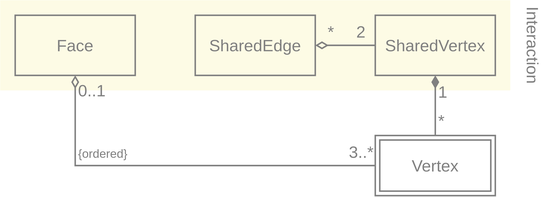
This is wiki/MetaMeshGraph.svg from YoanWithY/kayo, a draw.io export, as it was before one commit. Source tidied: cells renumbered, new cells last; positions are measured from the earlier drawing's top-left corner, leaving out a move shared by most shapes.
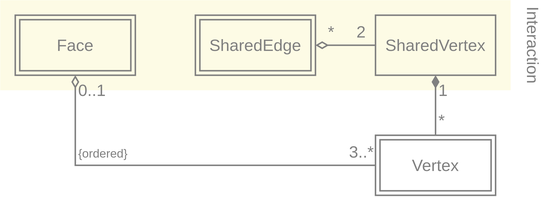
The same diagram one commit later.

Diff of the diagram source:
```diff
@@ -76,5 +76,11 @@
     <mxCell id="18" style="rounded=0;whiteSpace=wrap;html=1;fillColor=none;strokeColor=#808080;fontColor=#808080;fontFamily=Helvetica;fontSize=11;perimeterSpacing=0;glass=0;" parent="1" vertex="1">
       <mxGeometry x="253" y="93" width="74" height="34" as="geometry" />
     </mxCell>
+    <mxCell id="19" style="rounded=0;whiteSpace=wrap;html=1;fillColor=none;strokeColor=#808080;fontColor=#808080;fontFamily=Helvetica;fontSize=11;perimeterSpacing=0;glass=0;" parent="1" vertex="1">
+      <mxGeometry x="13" y="13" width="74" height="34" as="geometry" />
+    </mxCell>
+    <mxCell id="20" style="rounded=0;whiteSpace=wrap;html=1;fillColor=none;strokeColor=#808080;fontColor=#808080;fontFamily=Helvetica;fontSize=11;perimeterSpacing=0;glass=0;" parent="1" vertex="1">
+      <mxGeometry x="133" y="13" width="74" height="34" as="geometry" />
+    </mxCell>
   </root>
 </mxGraphModel>
```
